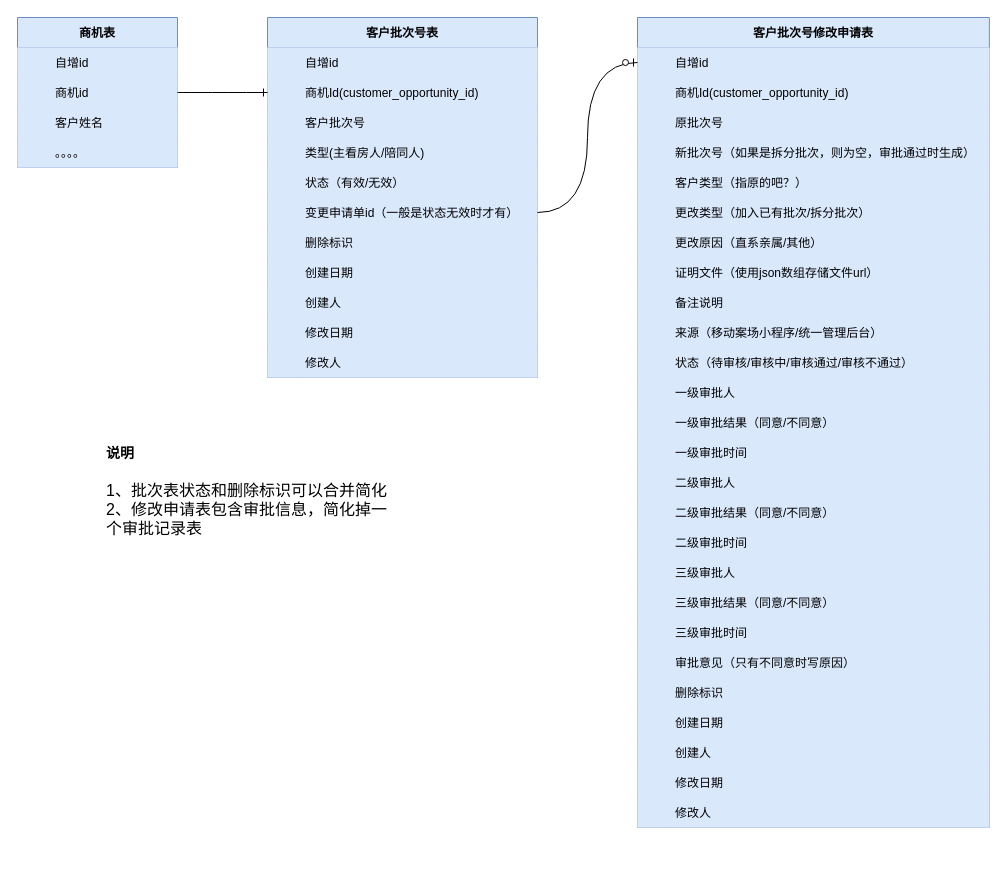
The draw.io diagram page "客户批次" (6 of 6) of 客户中心.drawio in juesuchen/diagrams, before the edit. Source tidied: cells renumbered, new cells numbered last; positions are measured from the earlier drawing's top-left corner, leaving out a move shared by most shapes. Both pictures are drawn from the tidied source at 100%, with x=0, y=0 at pixel (17, 17).
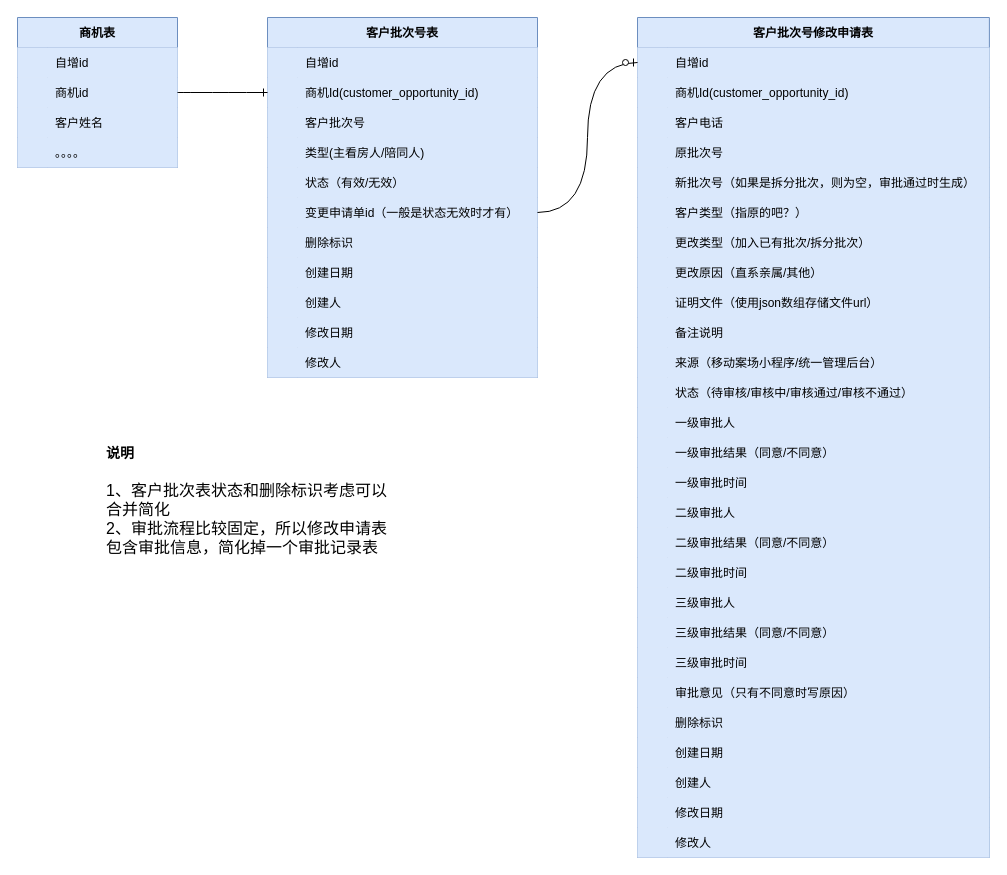
The same page after the edit.

Commit message (it also covers changes not shown here):
更新客户中心.drawio

The edit, as a diff of the source:
```diff
@@
     <mxCell id="36" value="客户批次号修改申请表" style="shape=table;startSize=30;childLayout=tableLayout;rowLines=0;fontStyle=1;align=center;fillColor=#dae8fc;strokeColor=#6c8ebf;" parent="1" vertex="1">
-      <mxGeometry x="620" width="351.9" height="810" as="geometry" />
+      <mxGeometry x="620" width="351.9" height="840" as="geometry" />
     </mxCell>
@@
+    <mxCell id="131" style="shape=tableRow;horizontal=0;startSize=0;swimlaneHead=0;swimlaneBody=0;fillColor=#dae8fc;strokeColor=#6c8ebf;top=0;left=0;right=0;bottom=0;" parent="36" vertex="1">
+      <mxGeometry y="90" width="351.9" height="30" as="geometry" />
+    </mxCell>
+    <mxCell id="132" style="shape=partialRectangle;overflow=hidden;fillColor=#dae8fc;strokeColor=#6c8ebf;top=0;left=0;bottom=0;right=0;" parent="131" vertex="1">
+      <mxGeometry width="30" height="30" as="geometry" />
+    </mxCell>
+    <mxCell id="133" value="客户电话" style="shape=partialRectangle;overflow=hidden;fillColor=#dae8fc;align=left;strokeColor=#6c8ebf;top=0;left=0;bottom=0;right=0;spacingLeft=6;" parent="131" vertex="1">
+      <mxGeometry x="30" width="321.9" height="30" as="geometry" />
+    </mxCell>
     <mxCell id="43" style="shape=tableRow;horizontal=0;startSize=0;swimlaneHead=0;swimlaneBody=0;fillColor=#dae8fc;strokeColor=#6c8ebf;top=0;left=0;right=0;bottom=0;" parent="36" vertex="1">
-      <mxGeometry y="90" width="351.9" height="30" as="geometry" />
+      <mxGeometry y="120" width="351.9" height="30" as="geometry" />
     </mxCell>
@@
     <mxCell id="46" style="shape=tableRow;horizontal=0;startSize=0;swimlaneHead=0;swimlaneBody=0;fillColor=#dae8fc;strokeColor=#6c8ebf;top=0;left=0;right=0;bottom=0;" parent="36" vertex="1">
-      <mxGeometry y="120" width="351.9" height="30" as="geometry" />
+      <mxGeometry y="150" width="351.9" height="30" as="geometry" />
     </mxCell>
@@
     <mxCell id="49" style="shape=tableRow;horizontal=0;startSize=0;swimlaneHead=0;swimlaneBody=0;fillColor=#dae8fc;strokeColor=#6c8ebf;top=0;left=0;right=0;bottom=0;" parent="36" vertex="1">
-      <mxGeometry y="150" width="351.9" height="30" as="geometry" />
+      <mxGeometry y="180" width="351.9" height="30" as="geometry" />
     </mxCell>
@@
     <mxCell id="52" style="shape=tableRow;horizontal=0;startSize=0;swimlaneHead=0;swimlaneBody=0;fillColor=#dae8fc;strokeColor=#6c8ebf;top=0;left=0;right=0;bottom=0;" parent="36" vertex="1">
-      <mxGeometry y="180" width="351.9" height="30" as="geometry" />
+      <mxGeometry y="210" width="351.9" height="30" as="geometry" />
     </mxCell>
@@
     <mxCell id="55" style="shape=tableRow;horizontal=0;startSize=0;swimlaneHead=0;swimlaneBody=0;fillColor=#dae8fc;strokeColor=#6c8ebf;top=0;left=0;right=0;bottom=0;" parent="36" vertex="1">
-      <mxGeometry y="210" width="351.9" height="30" as="geometry" />
+      <mxGeometry y="240" width="351.9" height="30" as="geometry" />
     </mxCell>
@@
     <mxCell id="58" style="shape=tableRow;horizontal=0;startSize=0;swimlaneHead=0;swimlaneBody=0;fillColor=#dae8fc;strokeColor=#6c8ebf;top=0;left=0;right=0;bottom=0;" parent="36" vertex="1">
-      <mxGeometry y="240" width="351.9" height="30" as="geometry" />
+      <mxGeometry y="270" width="351.9" height="30" as="geometry" />
     </mxCell>
@@
     <mxCell id="61" style="shape=tableRow;horizontal=0;startSize=0;swimlaneHead=0;swimlaneBody=0;fillColor=#dae8fc;strokeColor=#6c8ebf;top=0;left=0;right=0;bottom=0;" parent="36" vertex="1">
-      <mxGeometry y="270" width="351.9" height="30" as="geometry" />
+      <mxGeometry y="300" width="351.9" height="30" as="geometry" />
     </mxCell>
@@
     <mxCell id="64" style="shape=tableRow;horizontal=0;startSize=0;swimlaneHead=0;swimlaneBody=0;fillColor=#dae8fc;strokeColor=#6c8ebf;top=0;left=0;right=0;bottom=0;" parent="36" vertex="1">
-      <mxGeometry y="300" width="351.9" height="30" as="geometry" />
+      <mxGeometry y="330" width="351.9" height="30" as="geometry" />
     </mxCell>
@@
     <mxCell id="67" style="shape=tableRow;horizontal=0;startSize=0;swimlaneHead=0;swimlaneBody=0;fillColor=#dae8fc;strokeColor=#6c8ebf;top=0;left=0;right=0;bottom=0;" parent="36" vertex="1">
-      <mxGeometry y="330" width="351.9" height="30" as="geometry" />
+      <mxGeometry y="360" width="351.9" height="30" as="geometry" />
     </mxCell>
@@
     <mxCell id="70" style="shape=tableRow;horizontal=0;startSize=0;swimlaneHead=0;swimlaneBody=0;fillColor=#dae8fc;strokeColor=#6c8ebf;top=0;left=0;right=0;bottom=0;" parent="36" vertex="1">
-      <mxGeometry y="360" width="351.9" height="30" as="geometry" />
+      <mxGeometry y="390" width="351.9" height="30" as="geometry" />
     </mxCell>
@@
     <mxCell id="73" style="shape=tableRow;horizontal=0;startSize=0;swimlaneHead=0;swimlaneBody=0;fillColor=#dae8fc;strokeColor=#6c8ebf;top=0;left=0;right=0;bottom=0;" parent="36" vertex="1">
-      <mxGeometry y="390" width="351.9" height="30" as="geometry" />
+      <mxGeometry y="420" width="351.9" height="30" as="geometry" />
     </mxCell>
@@
     <mxCell id="76" style="shape=tableRow;horizontal=0;startSize=0;swimlaneHead=0;swimlaneBody=0;fillColor=#dae8fc;strokeColor=#6c8ebf;top=0;left=0;right=0;bottom=0;" parent="36" vertex="1">
-      <mxGeometry y="420" width="351.9" height="30" as="geometry" />
+      <mxGeometry y="450" width="351.9" height="30" as="geometry" />
     </mxCell>
@@
     <mxCell id="79" style="shape=tableRow;horizontal=0;startSize=0;swimlaneHead=0;swimlaneBody=0;fillColor=#dae8fc;strokeColor=#6c8ebf;top=0;left=0;right=0;bottom=0;" parent="36" vertex="1">
-      <mxGeometry y="450" width="351.9" height="30" as="geometry" />
+      <mxGeometry y="480" width="351.9" height="30" as="geometry" />
     </mxCell>
@@
     <mxCell id="82" style="shape=tableRow;horizontal=0;startSize=0;swimlaneHead=0;swimlaneBody=0;fillColor=#dae8fc;strokeColor=#6c8ebf;top=0;left=0;right=0;bottom=0;" parent="36" vertex="1">
-      <mxGeometry y="480" width="351.9" height="30" as="geometry" />
+      <mxGeometry y="510" width="351.9" height="30" as="geometry" />
     </mxCell>
@@
     <mxCell id="85" style="shape=tableRow;horizontal=0;startSize=0;swimlaneHead=0;swimlaneBody=0;fillColor=#dae8fc;strokeColor=#6c8ebf;top=0;left=0;right=0;bottom=0;" parent="36" vertex="1">
-      <mxGeometry y="510" width="351.9" height="30" as="geometry" />
+      <mxGeometry y="540" width="351.9" height="30" as="geometry" />
     </mxCell>
@@
     <mxCell id="88" style="shape=tableRow;horizontal=0;startSize=0;swimlaneHead=0;swimlaneBody=0;fillColor=#dae8fc;strokeColor=#6c8ebf;top=0;left=0;right=0;bottom=0;" parent="36" vertex="1">
-      <mxGeometry y="540" width="351.9" height="30" as="geometry" />
+      <mxGeometry y="570" width="351.9" height="30" as="geometry" />
     </mxCell>
@@
     <mxCell id="91" style="shape=tableRow;horizontal=0;startSize=0;swimlaneHead=0;swimlaneBody=0;fillColor=#dae8fc;strokeColor=#6c8ebf;top=0;left=0;right=0;bottom=0;" parent="36" vertex="1">
-      <mxGeometry y="570" width="351.9" height="30" as="geometry" />
+      <mxGeometry y="600" width="351.9" height="30" as="geometry" />
     </mxCell>
@@
     <mxCell id="94" style="shape=tableRow;horizontal=0;startSize=0;swimlaneHead=0;swimlaneBody=0;fillColor=#dae8fc;strokeColor=#6c8ebf;top=0;left=0;right=0;bottom=0;" parent="36" vertex="1">
-      <mxGeometry y="600" width="351.9" height="30" as="geometry" />
+      <mxGeometry y="630" width="351.9" height="30" as="geometry" />
     </mxCell>
@@
     <mxCell id="97" style="shape=tableRow;horizontal=0;startSize=0;swimlaneHead=0;swimlaneBody=0;fillColor=#dae8fc;strokeColor=#6c8ebf;top=0;left=0;right=0;bottom=0;" parent="36" vertex="1">
-      <mxGeometry y="630" width="351.9" height="30" as="geometry" />
+      <mxGeometry y="660" width="351.9" height="30" as="geometry" />
     </mxCell>
@@
     <mxCell id="100" style="shape=tableRow;horizontal=0;startSize=0;swimlaneHead=0;swimlaneBody=0;fillColor=#dae8fc;strokeColor=#6c8ebf;top=0;left=0;right=0;bottom=0;" parent="36" vertex="1">
-      <mxGeometry y="660" width="351.9" height="30" as="geometry" />
+      <mxGeometry y="690" width="351.9" height="30" as="geometry" />
     </mxCell>
@@
     <mxCell id="103" style="shape=tableRow;horizontal=0;startSize=0;swimlaneHead=0;swimlaneBody=0;fillColor=#dae8fc;strokeColor=#6c8ebf;top=0;left=0;right=0;bottom=0;" parent="36" vertex="1">
-      <mxGeometry y="690" width="351.9" height="30" as="geometry" />
+      <mxGeometry y="720" width="351.9" height="30" as="geometry" />
     </mxCell>
@@
     <mxCell id="106" style="shape=tableRow;horizontal=0;startSize=0;swimlaneHead=0;swimlaneBody=0;fillColor=#dae8fc;strokeColor=#6c8ebf;top=0;left=0;right=0;bottom=0;" parent="36" vertex="1">
-      <mxGeometry y="720" width="351.9" height="30" as="geometry" />
+      <mxGeometry y="750" width="351.9" height="30" as="geometry" />
     </mxCell>
@@
     <mxCell id="109" style="shape=tableRow;horizontal=0;startSize=0;swimlaneHead=0;swimlaneBody=0;fillColor=#dae8fc;strokeColor=#6c8ebf;top=0;left=0;right=0;bottom=0;" parent="36" vertex="1">
-      <mxGeometry y="750" width="351.9" height="30" as="geometry" />
+      <mxGeometry y="780" width="351.9" height="30" as="geometry" />
     </mxCell>
@@
     <mxCell id="112" style="shape=tableRow;horizontal=0;startSize=0;swimlaneHead=0;swimlaneBody=0;fillColor=#dae8fc;strokeColor=#6c8ebf;top=0;left=0;right=0;bottom=0;" parent="36" vertex="1">
-      <mxGeometry y="780" width="351.9" height="30" as="geometry" />
+      <mxGeometry y="810" width="351.9" height="30" as="geometry" />
     </mxCell>
@@
-    <mxCell id="130" value="&lt;h1 style=&quot;margin-top: 0px;&quot;&gt;&lt;font style=&quot;font-size: 14px;&quot;&gt;说明&lt;/font&gt;&lt;/h1&gt;&lt;div&gt;&lt;font size=&quot;3&quot;&gt;1、批次表状态和删除标识可以合并简化&lt;/font&gt;&lt;/div&gt;&lt;div&gt;&lt;font size=&quot;3&quot;&gt;2、修改申请表包含审批信息，简化掉一个审批记录表&lt;/font&gt;&lt;/div&gt;" style="text;html=1;whiteSpace=wrap;overflow=hidden;rounded=0;" parent="1" vertex="1">
+    <mxCell id="130" value="&lt;h1 style=&quot;margin-top: 0px;&quot;&gt;&lt;font style=&quot;font-size: 14px;&quot;&gt;说明&lt;/font&gt;&lt;/h1&gt;&lt;div&gt;&lt;font size=&quot;3&quot;&gt;1、客户批次表状态和删除标识考虑可以合并简化&lt;/font&gt;&lt;/div&gt;&lt;div&gt;&lt;font size=&quot;3&quot;&gt;2、审批流程比较固定，所以修改申请表包含审批信息，简化掉一个审批记录表&lt;/font&gt;&lt;/div&gt;" style="text;html=1;whiteSpace=wrap;overflow=hidden;rounded=0;" parent="1" vertex="1">
       <mxGeometry x="87" y="412" width="290" height="209" as="geometry" />
     </mxCell>
```
